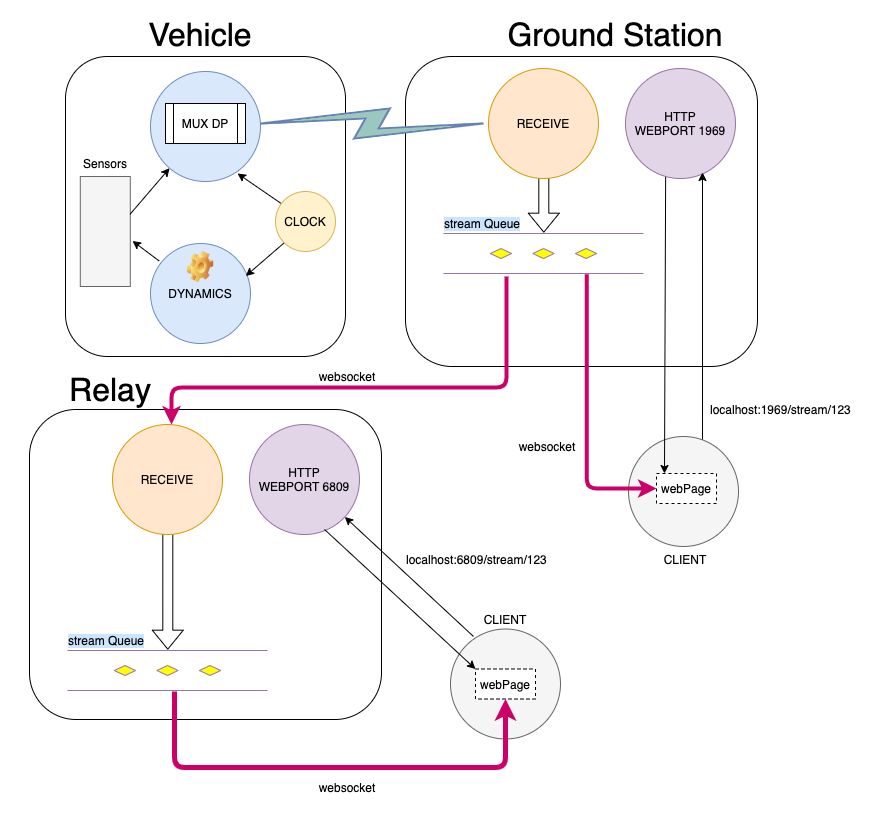
Above: daq.png in crmathieu/daq (draw.io), before the change. Source tidied: cells renumbered, new cells last; positions are measured from the earlier drawing's top-left corner, leaving out a move shared by most shapes.
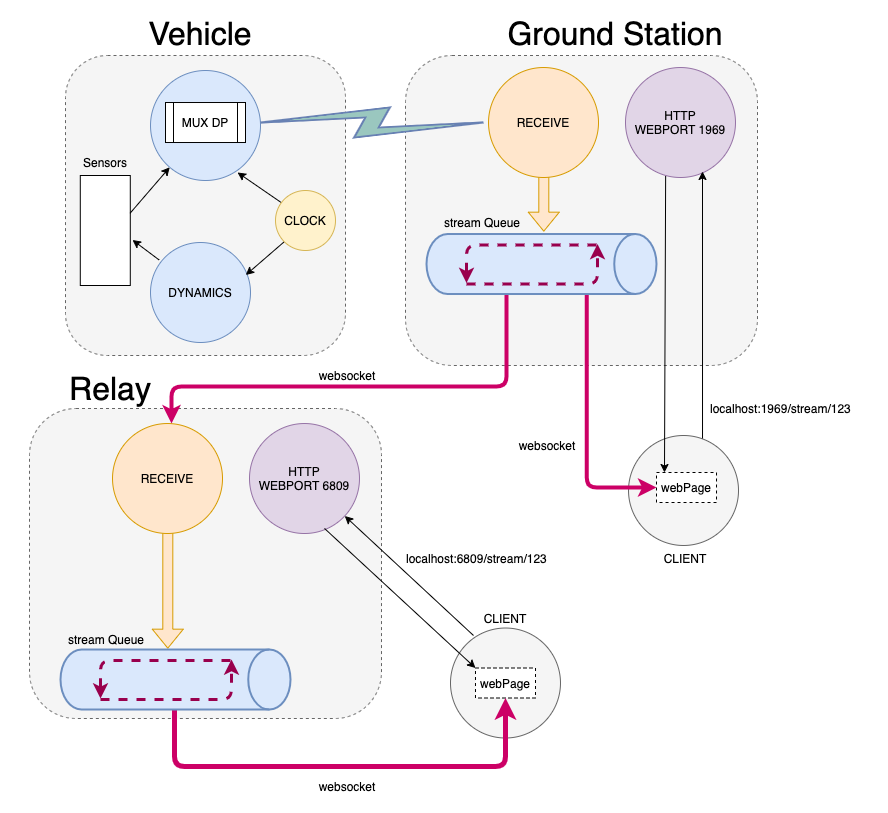
After the change.

Commit message:
code cleanup

What changed in the source:
```diff
@@ -2,13 +2,13 @@
   <root>
     <mxCell id="0" />
     <mxCell id="1" parent="0" />
-    <mxCell id="2" style="rounded=1;whiteSpace=wrap;html=1;" parent="1" vertex="1">
+    <mxCell id="2" style="rounded=1;whiteSpace=wrap;html=1;dashed=1;fillColor=#f5f5f5;strokeColor=#666666;fontColor=#333333;" parent="1" vertex="1">
       <mxGeometry x="50" y="44" width="280" height="300" as="geometry" />
     </mxCell>
     <mxCell id="3" value="DYNAMICS" style="ellipse;whiteSpace=wrap;html=1;fillColor=#dae8fc;strokeColor=#6c8ebf;" parent="1" vertex="1">
       <mxGeometry x="135" y="231" width="100" height="100" as="geometry" />
     </mxCell>
-    <mxCell id="4" style="rounded=0;whiteSpace=wrap;html=1;fillColor=#f5f5f5;strokeColor=#666666;fontColor=#333333;" parent="1" vertex="1">
+    <mxCell id="4" style="rounded=0;whiteSpace=wrap;html=1;" parent="1" vertex="1">
       <mxGeometry x="64.8" y="164" width="50" height="110" as="geometry" />
     </mxCell>
     <mxCell id="5" style="endArrow=classic;startArrow=none;html=1;exitX=0.087;exitY=0.175;exitDx=0;exitDy=0;entryX=1.044;entryY=0.586;entryDx=0;entryDy=0;startFill=0;exitPerimeter=0;entryPerimeter=0;" parent="1" edge="1" source="3" target="4">
@@ -26,10 +26,7 @@
     <mxCell id="9" value="MUX DP" style="shape=process;whiteSpace=wrap;html=1;backgroundOutline=1;" parent="1" vertex="1">
       <mxGeometry x="150" y="91" width="80" height="40" as="geometry" />
     </mxCell>
-    <mxCell id="10" style="shape=image;html=1;verticalLabelPosition=bottom;labelBackgroundColor=#ffffff;verticalAlign=top;imageAspect=1;image=img/clipart/Gear_128x128.png;" parent="1" vertex="1">
-      <mxGeometry x="171.8" y="239" width="26.4" height="31" as="geometry" />
-    </mxCell>
-    <mxCell id="11" style="rounded=1;whiteSpace=wrap;html=1;" parent="1" vertex="1">
+    <mxCell id="11" style="rounded=1;whiteSpace=wrap;html=1;dashed=1;fillColor=#f5f5f5;strokeColor=#666666;fontColor=#333333;" parent="1" vertex="1">
       <mxGeometry x="390" y="44" width="352" height="310" as="geometry" />
     </mxCell>
     <mxCell id="12" value="&lt;font style=&quot;font-size: 32px&quot;&gt;Vehicle&lt;/font&gt;" style="text;html=1;strokeColor=none;fillColor=none;align=center;verticalAlign=middle;whiteSpace=wrap;rounded=0;" parent="1" vertex="1">
@@ -50,13 +47,10 @@
     <mxCell id="17" value="CLOCK" style="ellipse;whiteSpace=wrap;html=1;fillColor=#fff2cc;strokeColor=#d6b656;" parent="1" vertex="1">
       <mxGeometry x="260" y="179" width="60" height="60" as="geometry" />
     </mxCell>
-    <mxCell id="18" style="verticalLabelPosition=bottom;verticalAlign=top;html=1;shape=mxgraph.flowchart.parallel_mode;labelBackgroundColor=#CCE5FF;fillColor=#e1d5e7;strokeColor=#9673a6;" parent="1" vertex="1">
-      <mxGeometry x="428" y="221" width="200" height="40" as="geometry" />
-    </mxCell>
-    <mxCell id="19" value="stream Queue" style="text;html=1;strokeColor=none;fillColor=none;align=center;verticalAlign=middle;whiteSpace=wrap;rounded=0;labelBackgroundColor=#CCE5FF;" parent="1" vertex="1">
+    <mxCell id="19" value="stream Queue" style="text;html=1;strokeColor=none;fillColor=none;align=center;verticalAlign=middle;whiteSpace=wrap;rounded=0;labelBackgroundColor=none;" parent="1" vertex="1">
       <mxGeometry x="390" y="201" width="154" height="20" as="geometry" />
     </mxCell>
-    <mxCell id="20" style="shape=flexArrow;endArrow=classic;html=1;entryX=0.898;entryY=0.958;entryDx=0;entryDy=0;entryPerimeter=0;exitX=0.503;exitY=0.073;exitDx=0;exitDy=0;exitPerimeter=0;" parent="1" edge="1" source="21" target="19">
+    <mxCell id="20" style="shape=flexArrow;endArrow=classic;html=1;entryX=0.898;entryY=0.958;entryDx=0;entryDy=0;entryPerimeter=0;exitX=0.503;exitY=0.073;exitDx=0;exitDy=0;exitPerimeter=0;fillColor=#ffe6cc;strokeColor=#d79b00;" parent="1" edge="1" source="21" target="19">
       <mxGeometry relative="1" as="geometry" />
     </mxCell>
     <mxCell id="21" value="RECEIVE" style="ellipse;whiteSpace=wrap;html=1;fillColor=#ffe6cc;strokeColor=#d79b00;" parent="1" vertex="1">
@@ -88,22 +82,21 @@
     <mxCell id="28" value="CLIENT" style="text;html=1;strokeColor=none;fillColor=none;align=center;verticalAlign=middle;whiteSpace=wrap;rounded=0;labelBackgroundColor=none;" parent="1" vertex="1">
       <mxGeometry x="650" y="537" width="40" height="20" as="geometry" />
     </mxCell>
-    <mxCell id="29" style="edgeStyle=segmentEdgeStyle;endArrow=none;html=1;exitX=0;exitY=0.5;exitDx=0;exitDy=0;entryX=0.716;entryY=1.021;entryDx=0;entryDy=0;entryPerimeter=0;strokeColor=#CC0066;strokeWidth=4;startArrow=classic;startFill=1;endFill=0;" parent="1" edge="1" source="27" target="18">
-      <mxGeometry relative="1" as="geometry" />
+    <mxCell id="29" style="edgeStyle=segmentEdgeStyle;endArrow=none;html=1;exitX=0;exitY=0.5;exitDx=0;exitDy=0;entryX=0.716;entryY=1.021;entryDx=0;entryDy=0;entryPerimeter=0;strokeColor=#CC0066;strokeWidth=4;startArrow=classic;startFill=1;endFill=0;" parent="1" edge="1" source="27">
+      <mxGeometry relative="1" as="geometry">
+        <mxPoint x="571.2" y="261.9" as="targetPoint" />
+      </mxGeometry>
     </mxCell>
     <mxCell id="30" value="websocket" style="text;html=1;strokeColor=none;fillColor=none;align=center;verticalAlign=middle;whiteSpace=wrap;rounded=0;dashed=1;labelBackgroundColor=none;" parent="1" vertex="1">
       <mxGeometry x="492" y="424" width="80" height="20" as="geometry" />
     </mxCell>
-    <mxCell id="31" style="rounded=1;whiteSpace=wrap;html=1;" parent="1" vertex="1">
+    <mxCell id="31" style="rounded=1;whiteSpace=wrap;html=1;dashed=1;fillColor=#f5f5f5;strokeColor=#666666;fontColor=#333333;" parent="1" vertex="1">
       <mxGeometry x="14" y="397" width="352" height="310" as="geometry" />
     </mxCell>
-    <mxCell id="32" style="verticalLabelPosition=bottom;verticalAlign=top;html=1;shape=mxgraph.flowchart.parallel_mode;labelBackgroundColor=#CCE5FF;fillColor=#e1d5e7;strokeColor=#9673a6;" parent="1" vertex="1">
-      <mxGeometry x="52" y="638" width="200" height="40" as="geometry" />
-    </mxCell>
-    <mxCell id="33" value="stream Queue" style="text;html=1;strokeColor=none;fillColor=none;align=center;verticalAlign=middle;whiteSpace=wrap;rounded=0;labelBackgroundColor=#CCE5FF;" parent="1" vertex="1">
+    <mxCell id="33" value="stream Queue" style="text;html=1;strokeColor=none;fillColor=none;align=center;verticalAlign=middle;whiteSpace=wrap;rounded=0;labelBackgroundColor=none;" parent="1" vertex="1">
       <mxGeometry x="14" y="618" width="154" height="20" as="geometry" />
     </mxCell>
-    <mxCell id="34" style="shape=flexArrow;endArrow=classic;html=1;entryX=0.898;entryY=0.958;entryDx=0;entryDy=0;entryPerimeter=0;exitX=0.503;exitY=0.073;exitDx=0;exitDy=0;exitPerimeter=0;" parent="1" edge="1" source="35" target="33">
+    <mxCell id="34" style="shape=flexArrow;endArrow=classic;html=1;entryX=0.898;entryY=0.958;entryDx=0;entryDy=0;entryPerimeter=0;exitX=0.503;exitY=0.073;exitDx=0;exitDy=0;exitPerimeter=0;fillColor=#ffe6cc;strokeColor=#d79b00;" parent="1" edge="1" source="35" target="33">
       <mxGeometry relative="1" as="geometry" />
     </mxCell>
     <mxCell id="35" value="RECEIVE" style="ellipse;whiteSpace=wrap;html=1;fillColor=#ffe6cc;strokeColor=#d79b00;" parent="1" vertex="1">
@@ -112,9 +105,10 @@
     <mxCell id="36" value="HTTP&lt;br&gt;WEBPORT 6809" style="ellipse;whiteSpace=wrap;html=1;fillColor=#e1d5e7;strokeColor=#9673a6;" parent="1" vertex="1">
       <mxGeometry x="234" y="412" width="110" height="110" as="geometry" />
     </mxCell>
-    <mxCell id="37" style="edgeStyle=elbowEdgeStyle;elbow=vertical;endArrow=none;html=1;strokeColor=#CC0066;strokeWidth=4;entryX=0.315;entryY=1.075;entryDx=0;entryDy=0;entryPerimeter=0;startArrow=classic;startFill=1;endFill=0;" parent="1" edge="1" target="18">
+    <mxCell id="37" style="edgeStyle=elbowEdgeStyle;elbow=vertical;endArrow=none;html=1;strokeColor=#CC0066;strokeWidth=4;entryX=0.315;entryY=1.075;entryDx=0;entryDy=0;entryPerimeter=0;startArrow=classic;startFill=1;endFill=0;" parent="1" edge="1">
       <mxGeometry relative="1" as="geometry">
         <mxPoint x="156" y="412" as="sourcePoint" />
+        <mxPoint x="491" y="264" as="targetPoint" />
         <Array as="points">
           <mxPoint x="325" y="375" />
         </Array>
@@ -135,8 +129,9 @@
     <mxCell id="42" style="endArrow=classic;html=1;strokeColor=#000000;strokeWidth=1;exitX=0.682;exitY=0.954;exitDx=0;exitDy=0;exitPerimeter=0;entryX=0;entryY=0;entryDx=0;entryDy=0;" parent="1" edge="1" source="36" target="39">
       <mxGeometry relative="1" as="geometry" />
     </mxCell>
-    <mxCell id="43" style="edgeStyle=elbowEdgeStyle;elbow=vertical;endArrow=none;html=1;strokeColor=#CC0066;strokeWidth=5;entryX=0.535;entryY=1.025;entryDx=0;entryDy=0;entryPerimeter=0;exitX=0.5;exitY=1;exitDx=0;exitDy=0;startArrow=classic;startFill=1;endFill=0;" parent="1" edge="1" source="39" target="32">
+    <mxCell id="43" style="edgeStyle=elbowEdgeStyle;elbow=vertical;endArrow=none;html=1;strokeColor=#CC0066;strokeWidth=5;entryX=0.535;entryY=1.025;entryDx=0;entryDy=0;entryPerimeter=0;exitX=0.5;exitY=1;exitDx=0;exitDy=0;startArrow=classic;startFill=1;endFill=0;" parent="1" edge="1" source="39">
       <mxGeometry relative="1" as="geometry">
+        <mxPoint x="159" y="679" as="targetPoint" />
         <Array as="points">
           <mxPoint x="495" y="755" />
           <mxPoint x="285" y="785" />
@@ -155,5 +150,51 @@
     <mxCell id="47" value="localhost:6809/stream/123" style="text;html=1;strokeColor=none;fillColor=#ffffff;align=left;verticalAlign=middle;whiteSpace=wrap;rounded=0;labelBackgroundColor=none;" parent="1" vertex="1">
       <mxGeometry x="389" y="537" width="150" height="20" as="geometry" />
     </mxCell>
+    <mxCell id="48" style="strokeWidth=2;html=1;shape=mxgraph.flowchart.direct_data;whiteSpace=wrap;labelBackgroundColor=none;fillColor=#dae8fc;strokeColor=#6c8ebf;" parent="1" vertex="1">
+      <mxGeometry x="45" y="638" width="230" height="60" as="geometry" />
+    </mxCell>
+    <mxCell id="49" style="edgeStyle=segmentEdgeStyle;endArrow=classic;html=1;dashed=1;strokeWidth=3;strokeColor=#99004D;" parent="1" edge="1">
+      <mxGeometry relative="1" as="geometry">
+        <mxPoint x="85" y="688" as="sourcePoint" />
+        <mxPoint x="216" y="648" as="targetPoint" />
+        <Array as="points">
+          <mxPoint x="166" y="688" />
+          <mxPoint x="216" y="688" />
+        </Array>
+      </mxGeometry>
+    </mxCell>
+    <mxCell id="50" style="edgeStyle=segmentEdgeStyle;endArrow=classic;html=1;dashed=1;strokeWidth=3;strokeColor=#99004D;" parent="1" edge="1">
+      <mxGeometry relative="1" as="geometry">
+        <mxPoint x="215" y="649" as="sourcePoint" />
+        <mxPoint x="85" y="687" as="targetPoint" />
+        <Array as="points">
+          <mxPoint x="135" y="649" />
+          <mxPoint x="85" y="649" />
+        </Array>
+      </mxGeometry>
+    </mxCell>
+    <mxCell id="51" style="strokeWidth=2;html=1;shape=mxgraph.flowchart.direct_data;whiteSpace=wrap;labelBackgroundColor=none;fillColor=#dae8fc;strokeColor=#6c8ebf;" parent="1" vertex="1">
+      <mxGeometry x="411" y="222.5" width="230" height="60" as="geometry" />
+    </mxCell>
+    <mxCell id="52" style="edgeStyle=segmentEdgeStyle;endArrow=classic;html=1;dashed=1;strokeWidth=3;strokeColor=#99004D;" parent="1" edge="1">
+      <mxGeometry relative="1" as="geometry">
+        <mxPoint x="581" y="233.5" as="sourcePoint" />
+        <mxPoint x="451" y="271.5" as="targetPoint" />
+        <Array as="points">
+          <mxPoint x="501" y="233.5" />
+          <mxPoint x="451" y="233.5" />
+        </Array>
+      </mxGeometry>
+    </mxCell>
+    <mxCell id="53" style="edgeStyle=segmentEdgeStyle;endArrow=classic;html=1;dashed=1;strokeWidth=3;strokeColor=#99004D;" parent="1" edge="1">
+      <mxGeometry relative="1" as="geometry">
+        <mxPoint x="451" y="272.5" as="sourcePoint" />
+        <mxPoint x="582" y="232.5" as="targetPoint" />
+        <Array as="points">
+          <mxPoint x="532" y="272.5" />
+          <mxPoint x="582" y="272.5" />
+        </Array>
+      </mxGeometry>
+    </mxCell>
   </root>
 </mxGraphModel>
```
